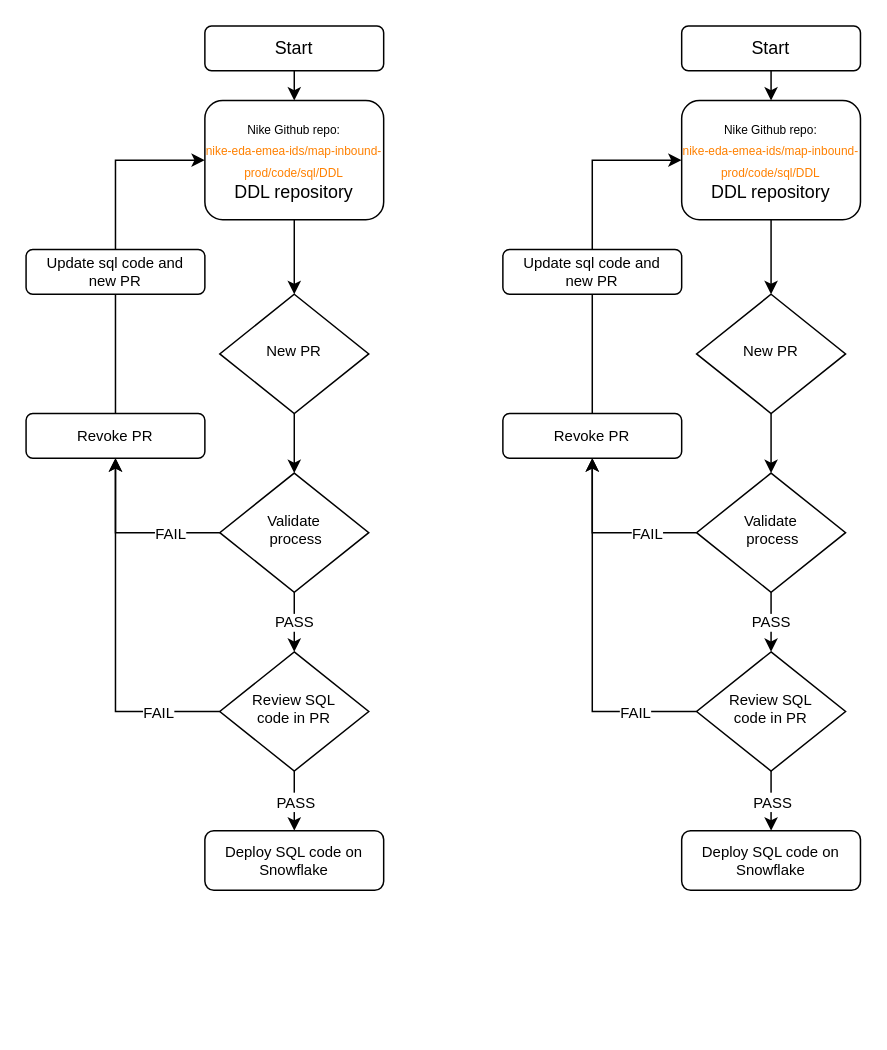
Before: DDL-DML-validtion-process-20210811.drawio in Vortex-ict/test-repo, a draw.io diagram. Source tidied: cells renumbered, new cells numbered last; positions are measured from the earlier drawing's top-left corner, leaving out a move shared by most shapes. Both pictures are drawn from the tidied source at 149%, with x=0, y=0 at pixel (25, 25).
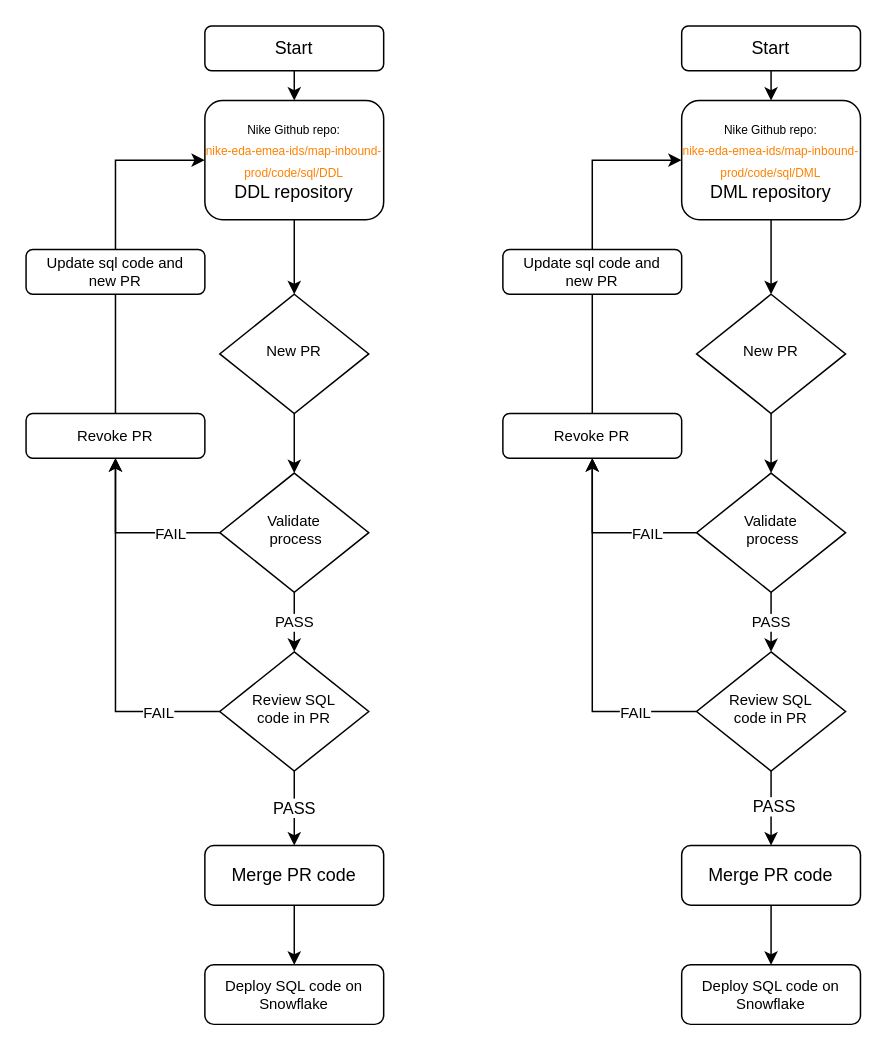
The same page after the edit.

Unchanged cells that the change refers to:
```xml
<mxCell id="18" value="&lt;div style=&quot;font-size: 10px&quot;&gt;&lt;font style=&quot;font-size: 10px&quot;&gt;Review SQL&lt;/font&gt;&lt;/div&gt;&lt;div style=&quot;font-size: 10px&quot;&gt;&lt;font style=&quot;font-size: 10px&quot;&gt;code in PR&lt;br&gt;&lt;/font&gt;&lt;/div&gt;" style="rhombus;whiteSpace=wrap;html=1;shadow=0;fontFamily=Helvetica;fontSize=12;align=center;strokeWidth=1;spacing=6;spacingTop=-4;" parent="1" vertex="1">
  <mxGeometry x="130" y="420" width="100" height="80" as="geometry" />
</mxCell>
<mxCell id="37" value="&lt;div style=&quot;font-size: 10px&quot;&gt;&lt;font style=&quot;font-size: 10px&quot;&gt;Review SQL&lt;/font&gt;&lt;/div&gt;&lt;div style=&quot;font-size: 10px&quot;&gt;&lt;font style=&quot;font-size: 10px&quot;&gt;code in PR&lt;br&gt;&lt;/font&gt;&lt;/div&gt;" style="rhombus;whiteSpace=wrap;html=1;shadow=0;fontFamily=Helvetica;fontSize=12;align=center;strokeWidth=1;spacing=6;spacingTop=-4;" parent="1" vertex="1">
  <mxGeometry x="450" y="420" width="100" height="80" as="geometry" />
</mxCell>
```

Diff of the diagram source:
```diff
@@
     <mxCell id="10" value="&lt;div style=&quot;font-size: 10px&quot;&gt;&lt;font style=&quot;font-size: 10px&quot;&gt;Deploy SQL code on&lt;/font&gt;&lt;/div&gt;&lt;div style=&quot;font-size: 10px&quot;&gt;&lt;font style=&quot;font-size: 10px&quot;&gt;Snowflake&lt;br&gt;&lt;/font&gt;&lt;/div&gt;" style="rounded=1;whiteSpace=wrap;html=1;fontSize=12;glass=0;strokeWidth=1;shadow=0;" parent="1" vertex="1">
-      <mxGeometry x="120" y="540" width="120" height="40" as="geometry" />
+      <mxGeometry x="120" y="630" width="120" height="40" as="geometry" />
     </mxCell>
@@
-    <mxCell id="16" style="edgeStyle=orthogonalEdgeStyle;rounded=0;jettySize=auto;html=1;exitX=0.5;exitY=1;exitDx=0;exitDy=0;entryX=0.5;entryY=0;entryDx=0;entryDy=0;" parent="1" edge="1" source="18" target="10">
-      <mxGeometry relative="1" as="geometry" />
-    </mxCell>
-    <mxCell id="17" value="&lt;font style=&quot;font-size: 10px&quot;&gt;PASS&lt;/font&gt;" style="edgeLabel;html=1;align=center;verticalAlign=middle;" parent="16" vertex="1">
-      <mxGeometry relative="1" as="geometry" />
-    </mxCell>
+    <mxCell id="40" value="PASS" style="edgeStyle=orthogonalEdgeStyle;rounded=0;jettySize=auto;html=1;exitX=0.5;exitY=1;exitDx=0;exitDy=0;entryX=0.5;entryY=0;entryDx=0;entryDy=0;" parent="1" edge="1" source="18" target="44">
+      <mxGeometry relative="1" as="geometry" />
+    </mxCell>
@@
-    <mxCell id="22" value="&lt;div&gt;&lt;font style=&quot;font-size: 8px&quot;&gt;Nike Github repo:&lt;br&gt;&lt;/font&gt;&lt;/div&gt;&lt;div&gt;&lt;font style=&quot;font-size: 8px&quot; color=&quot;#FF8000&quot;&gt;nike-eda-emea-ids&lt;/font&gt;&lt;font style=&quot;font-size: 8px&quot; color=&quot;#FF8000&quot;&gt;/map-inbound-prod/code/sql/DDL&lt;/font&gt;&lt;/div&gt;&lt;div&gt;DDL repository&lt;/div&gt;" style="rounded=1;whiteSpace=wrap;html=1;fontSize=12;glass=0;strokeWidth=1;shadow=0;" parent="1" vertex="1">
+    <mxCell id="22" value="&lt;div&gt;&lt;font style=&quot;font-size: 8px&quot;&gt;Nike Github repo:&lt;br&gt;&lt;/font&gt;&lt;/div&gt;&lt;div&gt;&lt;font style=&quot;font-size: 8px&quot; color=&quot;#FF8000&quot;&gt;nike-eda-emea-ids&lt;/font&gt;&lt;font style=&quot;font-size: 8px&quot; color=&quot;#FF8000&quot;&gt;/map-inbound-prod/code/sql/DML&lt;/font&gt;&lt;/div&gt;&lt;div&gt;DML repository&lt;/div&gt;" style="rounded=1;whiteSpace=wrap;html=1;fontSize=12;glass=0;strokeWidth=1;shadow=0;" parent="1" vertex="1">
       <mxGeometry x="440" y="50" width="120" height="80" as="geometry" />
     </mxCell>
@@
     <mxCell id="29" value="&lt;div style=&quot;font-size: 10px&quot;&gt;&lt;font style=&quot;font-size: 10px&quot;&gt;Deploy SQL code on&lt;/font&gt;&lt;/div&gt;&lt;div style=&quot;font-size: 10px&quot;&gt;&lt;font style=&quot;font-size: 10px&quot;&gt;Snowflake&lt;br&gt;&lt;/font&gt;&lt;/div&gt;" style="rounded=1;whiteSpace=wrap;html=1;fontSize=12;glass=0;strokeWidth=1;shadow=0;" parent="1" vertex="1">
-      <mxGeometry x="440" y="540" width="120" height="40" as="geometry" />
+      <mxGeometry x="440" y="630" width="120" height="40" as="geometry" />
     </mxCell>
@@
-    <mxCell id="35" style="edgeStyle=orthogonalEdgeStyle;rounded=0;jettySize=auto;html=1;exitX=0.5;exitY=1;exitDx=0;exitDy=0;entryX=0.5;entryY=0;entryDx=0;entryDy=0;" parent="1" edge="1" source="37" target="29">
-      <mxGeometry relative="1" as="geometry" />
-    </mxCell>
-    <mxCell id="36" value="&lt;font style=&quot;font-size: 10px&quot;&gt;PASS&lt;/font&gt;" style="edgeLabel;html=1;align=center;verticalAlign=middle;" parent="35" vertex="1">
-      <mxGeometry relative="1" as="geometry" />
-    </mxCell>
+    <mxCell id="41" style="edgeStyle=orthogonalEdgeStyle;rounded=0;jettySize=auto;html=1;exitX=0.5;exitY=1;exitDx=0;exitDy=0;entryX=0.5;entryY=0;entryDx=0;entryDy=0;" parent="1" edge="1" source="37" target="46">
+      <mxGeometry relative="1" as="geometry" />
+    </mxCell>
+    <mxCell id="42" value="&lt;div&gt;PASS&lt;/div&gt;" style="edgeLabel;html=1;align=center;verticalAlign=middle;" parent="41" vertex="1">
+      <mxGeometry x="-0.1" y="1" relative="1" as="geometry" />
+    </mxCell>
@@
+    <mxCell id="43" style="edgeStyle=orthogonalEdgeStyle;rounded=0;jettySize=auto;html=1;exitX=0.5;exitY=1;exitDx=0;exitDy=0;entryX=0.5;entryY=0;entryDx=0;entryDy=0;" parent="1" edge="1" source="44" target="10">
+      <mxGeometry relative="1" as="geometry" />
+    </mxCell>
+    <mxCell id="44" value="Merge PR code" style="rounded=1;whiteSpace=wrap;html=1;fontSize=12;glass=0;strokeWidth=1;shadow=0;" parent="1" vertex="1">
+      <mxGeometry x="120" y="550" width="120" height="40" as="geometry" />
+    </mxCell>
+    <mxCell id="45" style="edgeStyle=orthogonalEdgeStyle;rounded=0;jettySize=auto;html=1;exitX=0.5;exitY=1;exitDx=0;exitDy=0;entryX=0.5;entryY=0;entryDx=0;entryDy=0;" parent="1" edge="1" source="46" target="29">
+      <mxGeometry relative="1" as="geometry" />
+    </mxCell>
+    <mxCell id="46" value="Merge PR code" style="rounded=1;whiteSpace=wrap;html=1;fontSize=12;glass=0;strokeWidth=1;shadow=0;" parent="1" vertex="1">
+      <mxGeometry x="440" y="550" width="120" height="40" as="geometry" />
+    </mxCell>
```
